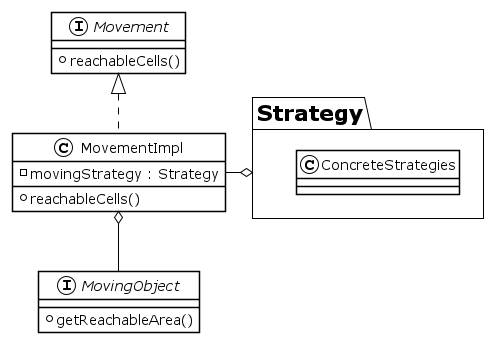
The PlantUML diagram img/uml/Movement.png in CrazyPingu/OOP21-MAP, before a commit. Source of this version:
```plantuml
@startuml Movement
!theme plain

interface Movement{
    + reachableCells()
}

class MovementImpl {
    - movingStrategy : Strategy
    + reachableCells()
}

interface MovingObject{
   +getReachableArea()
}

class Strategy.ConcreteStrategies
class MovementImpl implements Movement

MovementImpl -R-o Strategy
MovingObject -U-o MovementImpl

@enduml
```
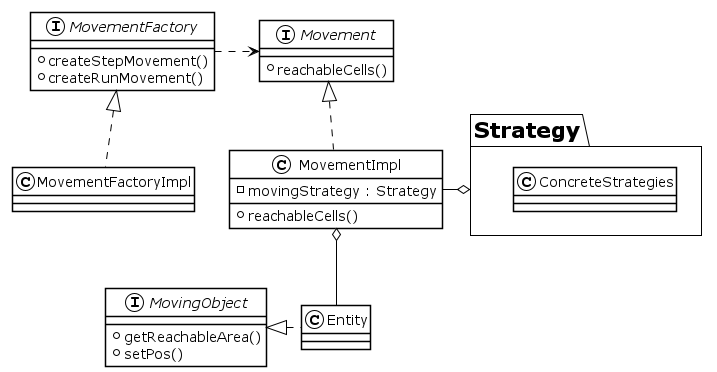
The same file after the commit.

Change to the diagram source:
```diff
@@ -1,5 +1,11 @@
 @startuml Movement
 !theme plain
+
+interface MovementFactory{
+    + createStepMovement()
+    + createRunMovement()
+}
+
 
 interface Movement{
     + reachableCells()
@@ -11,13 +17,17 @@
 }
 
 interface MovingObject{
-   +getReachableArea()
+   + getReachableArea()
+   + setPos()
 }
 
 class Strategy.ConcreteStrategies
 class MovementImpl implements Movement
+MovementImpl -R-o Strategy
+Entity -U-o MovementImpl
+Entity .L.|> MovingObject
+MovementFactory .R.> Movement
+class MovementFactoryImpl implements MovementFactory
 
-MovementImpl -R-o Strategy
-MovingObject -U-o MovementImpl
 
 @enduml
```
